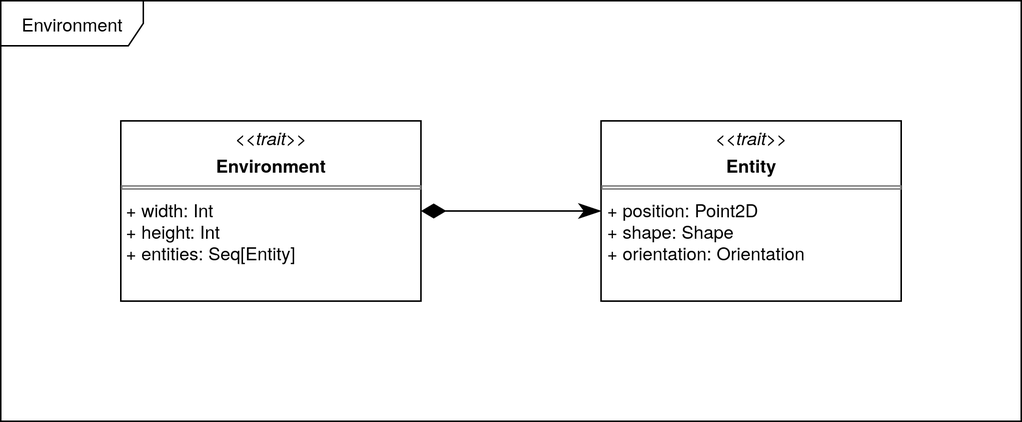
The draw.io diagram docs/static/img/04-detailed-design/environment.png in Scala-Robotics-Simulator/PPS-22-srs, before a commit. Source tidied: cells renumbered, new cells last; positions are measured from the earlier drawing's top-left corner, leaving out a move shared by most shapes.
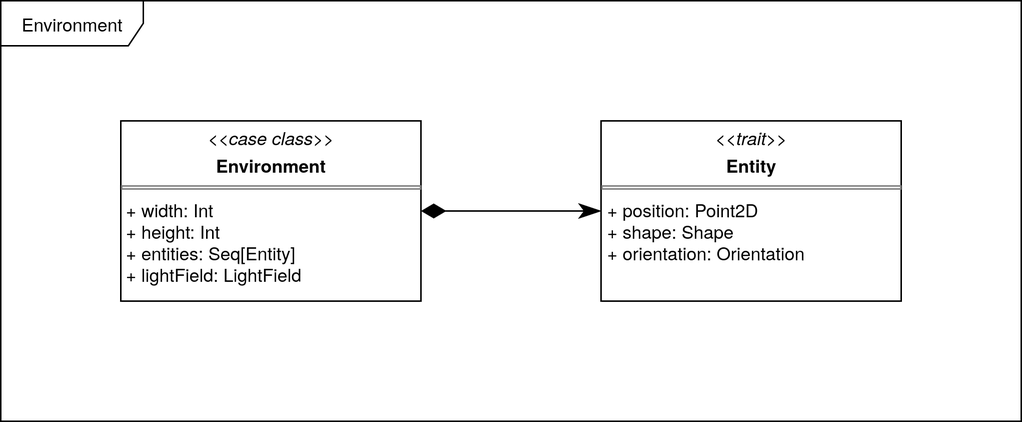
After the commit.

Commit message:
docs: update environment, add scala code colors

What changed in the source:
```diff
@@ -2,7 +2,7 @@
   <root>
     <mxCell id="0" />
     <mxCell id="1" parent="0" />
-    <mxCell id="2" value="&lt;p style=&quot;margin:0px;margin-top:4px;text-align:center;&quot;&gt;&lt;i&gt;&amp;lt;&amp;lt;trait&amp;gt;&amp;gt;&lt;/i&gt;&lt;/p&gt;&lt;p style=&quot;margin:0px;margin-top:4px;text-align:center;&quot;&gt;&lt;b&gt;Environment&lt;/b&gt;&lt;/p&gt;&lt;hr size=&quot;1&quot; style=&quot;border-style:solid;&quot;&gt;&lt;div&gt;&amp;nbsp;+ width: Int&lt;/div&gt;&lt;div&gt;&amp;nbsp;+ height: Int&lt;/div&gt;&lt;div&gt;&amp;nbsp;+ entities: Seq[Entity]&lt;/div&gt;&lt;div&gt;&lt;br&gt;&lt;/div&gt;" style="verticalAlign=top;align=left;overflow=fill;html=1;whiteSpace=wrap;" parent="1" vertex="1">
+    <mxCell id="2" value="&lt;p style=&quot;margin:0px;margin-top:4px;text-align:center;&quot;&gt;&lt;i&gt;&amp;lt;&amp;lt;case class&amp;gt;&amp;gt;&lt;/i&gt;&lt;/p&gt;&lt;p style=&quot;margin:0px;margin-top:4px;text-align:center;&quot;&gt;&lt;b&gt;Environment&lt;/b&gt;&lt;/p&gt;&lt;hr size=&quot;1&quot; style=&quot;border-style:solid;&quot;&gt;&lt;div&gt;&amp;nbsp;+ width: Int&lt;/div&gt;&lt;div&gt;&amp;nbsp;+ height: Int&lt;/div&gt;&lt;div&gt;&amp;nbsp;+ entities: Seq[Entity]&lt;/div&gt;&lt;div&gt;&amp;nbsp;+ lightField: LightField&lt;/div&gt;&lt;div&gt;&lt;br&gt;&lt;/div&gt;" style="verticalAlign=top;align=left;overflow=fill;html=1;whiteSpace=wrap;" parent="1" vertex="1">
       <mxGeometry x="80" y="80" width="200" height="120" as="geometry" />
     </mxCell>
     <mxCell id="3" value="&lt;p style=&quot;margin:0px;margin-top:4px;text-align:center;&quot;&gt;&lt;i&gt;&amp;lt;&amp;lt;trait&amp;gt;&amp;gt;&lt;/i&gt;&lt;/p&gt;&lt;p style=&quot;margin:0px;margin-top:4px;text-align:center;&quot;&gt;&lt;b&gt;Entity&lt;/b&gt;&lt;/p&gt;&lt;hr size=&quot;1&quot; style=&quot;border-style:solid;&quot;&gt;&lt;p style=&quot;margin:0px;margin-left:4px;&quot;&gt;+ position: Point2D&lt;/p&gt;&lt;p style=&quot;margin:0px;margin-left:4px;&quot;&gt;+ shape: Shape&lt;/p&gt;&lt;p style=&quot;margin:0px;margin-left:4px;&quot;&gt;+ orientation: Orientation&lt;/p&gt;" style="verticalAlign=top;align=left;overflow=fill;html=1;whiteSpace=wrap;" parent="1" vertex="1">
```
